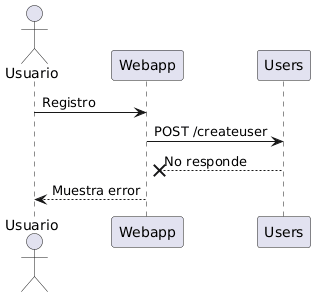
Above: docs/images/sequence_failure.png in Arquisoft/yovi_es3a (PlantUML), before the change. The source it was exported from:
```plantuml
@startuml
actor Usuario
participant Webapp
participant Users

Usuario -> Webapp : Registro
Webapp -> Users : POST /createuser
Users --x Webapp : No responde
Webapp --> Usuario : Muestra error
@enduml
```
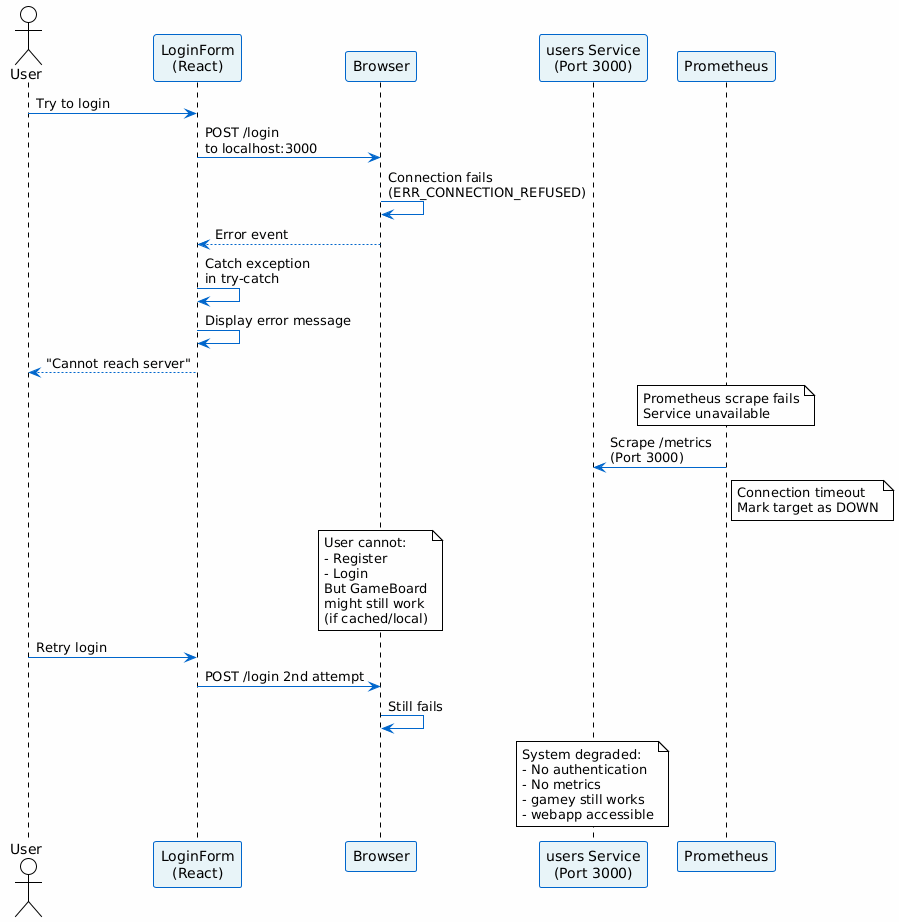
After the change.

Change to the diagram source:
```diff
@@ -1,10 +1,54 @@
 @startuml
-actor Usuario
-participant Webapp
-participant Users
 
-Usuario -> Webapp : Registro
-Webapp -> Users : POST /createuser
-Users --x Webapp : No responde
-Webapp --> Usuario : Muestra error
+!theme plain
+skinparam backgroundColor #FEFEFE
+skinparam sequenceArrowColor #0066CC
+skinparam participantBackgroundColor #E8F4F8
+skinparam participantBorderColor #0066CC
+
+actor User
+participant "LoginForm\n(React)" as LF
+participant "Browser" as Browser
+participant "users Service\n(Port 3000)" as US
+participant "Prometheus" as Prom
+
+User -> LF: Try to login
+LF -> Browser: POST /login\nto localhost:3000
+Browser -> Browser: Connection fails\n(ERR_CONNECTION_REFUSED)
+Browser --> LF: Error event
+LF -> LF: Catch exception\nin try-catch
+LF -> LF: Display error message
+LF --> User: "Cannot reach server"
+
+note over Prom
+    Prometheus scrape fails
+    Service unavailable
+end note
+
+Prom -> US: Scrape /metrics\n(Port 3000)
+note right of Prom
+    Connection timeout
+    Mark target as DOWN
+end note
+
+note over Browser
+    User cannot:
+    - Register
+    - Login
+    But GameBoard
+    might still work
+    (if cached/local)
+end note
+
+User -> LF: Retry login
+LF -> Browser: POST /login 2nd attempt
+Browser -> Browser: Still fails
+
+note over US
+    System degraded:
+    - No authentication
+    - No metrics
+    - gamey still works
+    - webapp accessible
+end note
 @enduml
```
